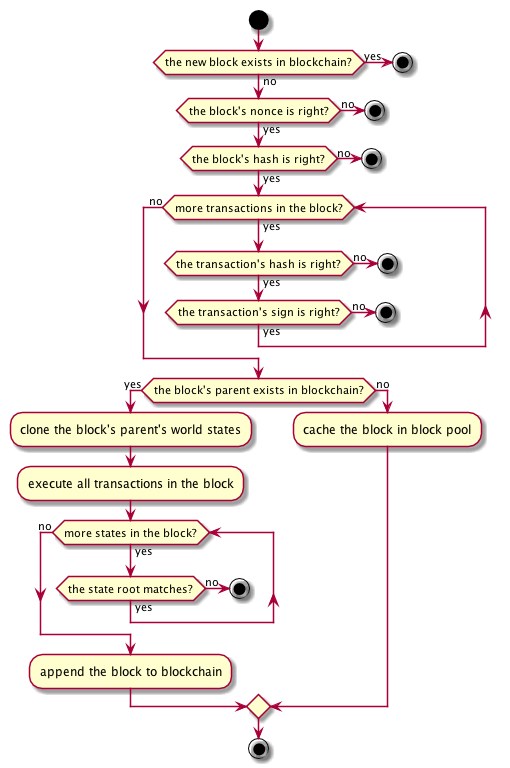
Above: resources/blockpool.png in nebulasio/wiki (PlantUML), before the change.
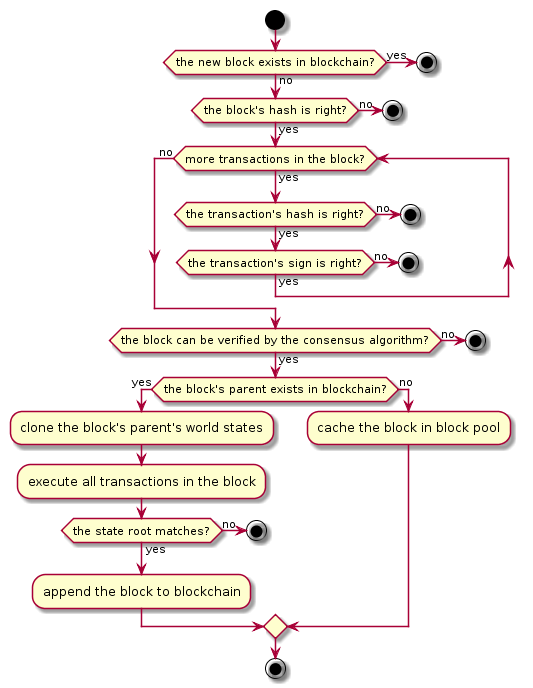
After the change.

What changed in the source:
```diff
@@ -1,31 +1,28 @@
-@startuml addBlockInPool
-
+@startuml
 start
 
 if (the new block exists in blockchain?) then (yes)
     stop
 else (no)
-    if (the block's nonce is right?) then (yes)
-        if (the block's hash is right?) then (yes)
-            while (more transactions in the block?) is (yes)
-                if (the transaction's hash is right?) then (yes)
-                    if (the transaction's sign is right?) then (yes)
-                    else (no)
-                        stop
-                    endif
+    if (the block's hash is right?) then (yes)
+        while (more transactions in the block?) is (yes)
+            if (the transaction's hash is right?) then (yes)
+                if (the transaction's sign is right?) then (yes)
                 else (no)
                     stop
                 endif
-            endwhile (no)
+            else (no)
+                stop
+            endif
+        endwhile (no)
+        if (the block can be verified by the consensus algorithm?) then (yes)
             if (the block's parent exists in blockchain?) then (yes)
                 :clone the block's parent's world states;
                 :execute all transactions in the block;
-                while (more states in the block?) is (yes)
-                    if (the state root matches?) then(yes)
-                    else (no)
-                        stop
-                    endif
-                endwhile (no)
+                if (the state root matches?) then(yes)
+                else (no)
+                    stop
+                endif
                 :append the block to blockchain;
             else (no)
                 :cache the block in block pool;
@@ -39,5 +36,4 @@
 endif
 
 stop
-
 @enduml
```
